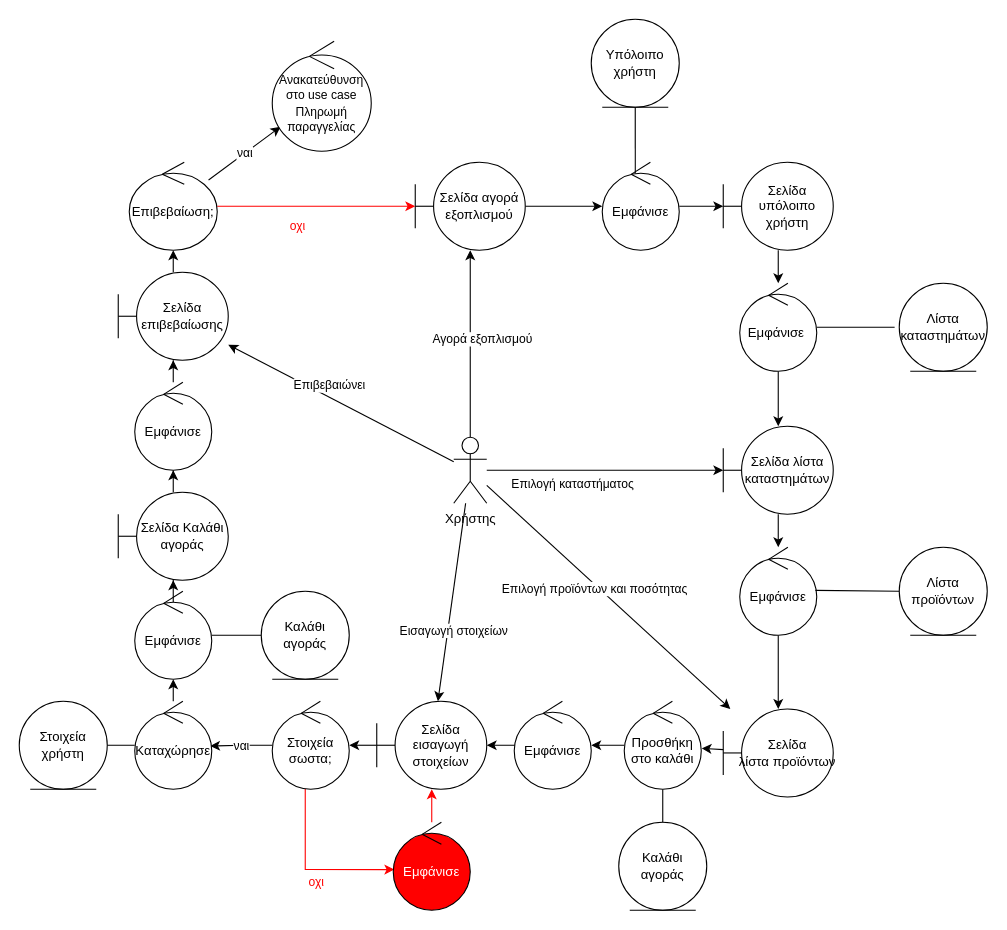
Dionkaps/Eu-Zin keeps this draw.io diagram as ΤΕΤΑΡΤΟ ΠΑΡΑΔΟΤΕΟ/Διορθώσεις προηγούμενων παραδοτέων/Καινούργια robustness/rd_αγορά_επαγγελματικού_εξοπλισμού_v0.2.drawio. Above is the earlier version. Source tidied: cells renumbered, new cells numbered last; positions are measured from the earlier drawing's top-left corner, leaving out a move shared by most shapes. Both pictures are drawn from the tidied source at 110%, with x=0, y=0 at pixel (19, 19).
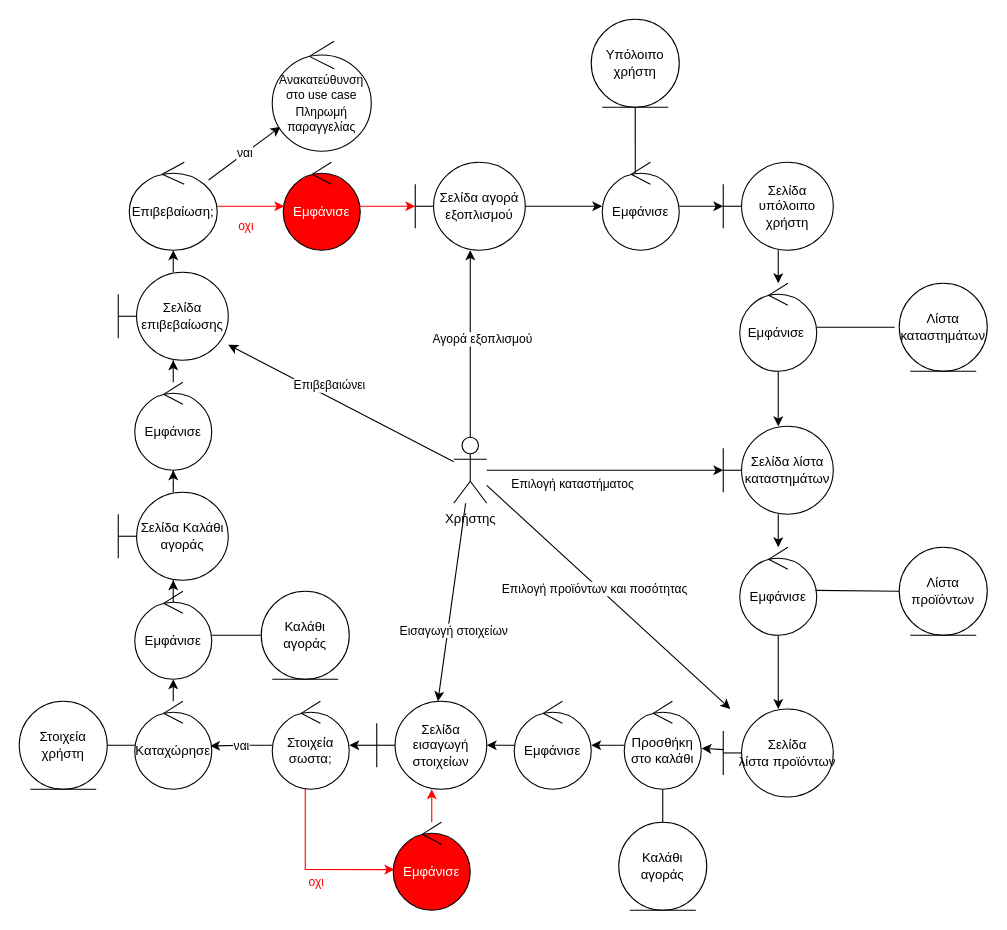
Above is the later version.

Unchanged cells that the change refers to:
```xml
<mxCell id="14" value="&lt;font&gt;Σελίδα αγορά εξοπλισμού&lt;/font&gt;" style="shape=umlBoundary;whiteSpace=wrap;html=1;strokeColor=#000000;fontColor=#000000;" parent="1" vertex="1">
  <mxGeometry x="360" y="130" width="100" height="80" as="geometry" />
</mxCell>
<mxCell id="43" value="&lt;font&gt;Επιβεβαίωση;&lt;/font&gt;" style="ellipse;shape=umlControl;whiteSpace=wrap;html=1;strokeColor=#000000;fontColor=#000000;" parent="1" vertex="1">
  <mxGeometry x="100" y="130" width="80" height="80" as="geometry" />
</mxCell>
```

Change to the diagram source:
```diff
@@
-    <mxCell id="39" style="edgeStyle=none;rounded=0;jettySize=auto;html=1;fontColor=#000000;strokeColor=#FF0000;" parent="1" edge="1" source="43" target="14">
+    <mxCell id="39" style="edgeStyle=none;rounded=0;jettySize=auto;html=1;fontColor=#000000;strokeColor=#FF0000;entryX=0.014;entryY=0.5;entryDx=0;entryDy=0;entryPerimeter=0;" parent="1" edge="1" source="43" target="68">
       <mxGeometry relative="1" as="geometry" />
     </mxCell>
@@
+    <mxCell id="67" style="edgeStyle=orthogonalEdgeStyle;rounded=0;jettySize=auto;html=1;strokeColor=#FF0000;" parent="1" edge="1" source="68" target="14">
+      <mxGeometry relative="1" as="geometry" />
+    </mxCell>
+    <mxCell id="68" value="&lt;font color=&quot;#ffffff&quot;&gt;Εμφάνισε&lt;/font&gt;" style="ellipse;shape=umlControl;whiteSpace=wrap;html=1;strokeColor=#000000;fillColor=#FF0000;" parent="1" vertex="1">
+      <mxGeometry x="240" y="130" width="70" height="80" as="geometry" />
+    </mxCell>
```
